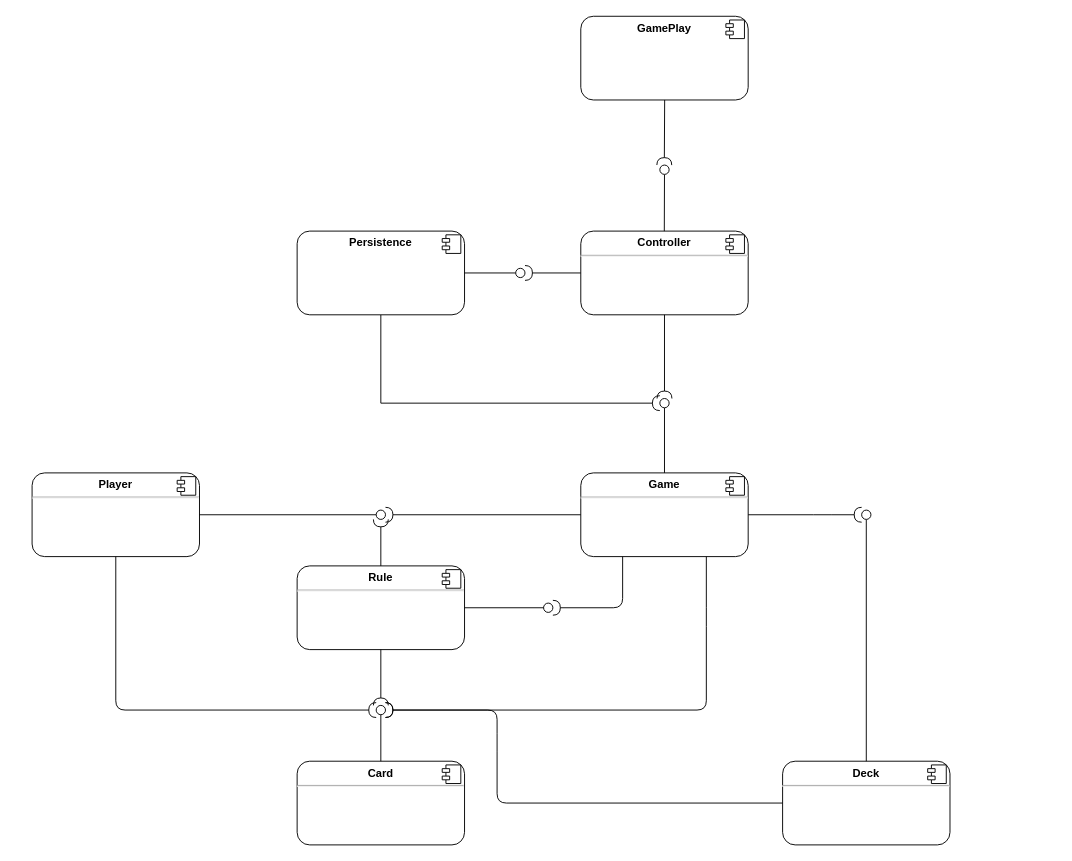
Above: docs/componentdiagram.drawio in RiFrost/mau-mau (draw.io), before the change. Source tidied: cells renumbered, new cells numbered last; positions are measured from the earlier drawing's top-left corner, leaving out a move shared by most shapes. Both pictures are drawn from the tidied source at 93%, with x=0, y=0 at pixel (32, 16).
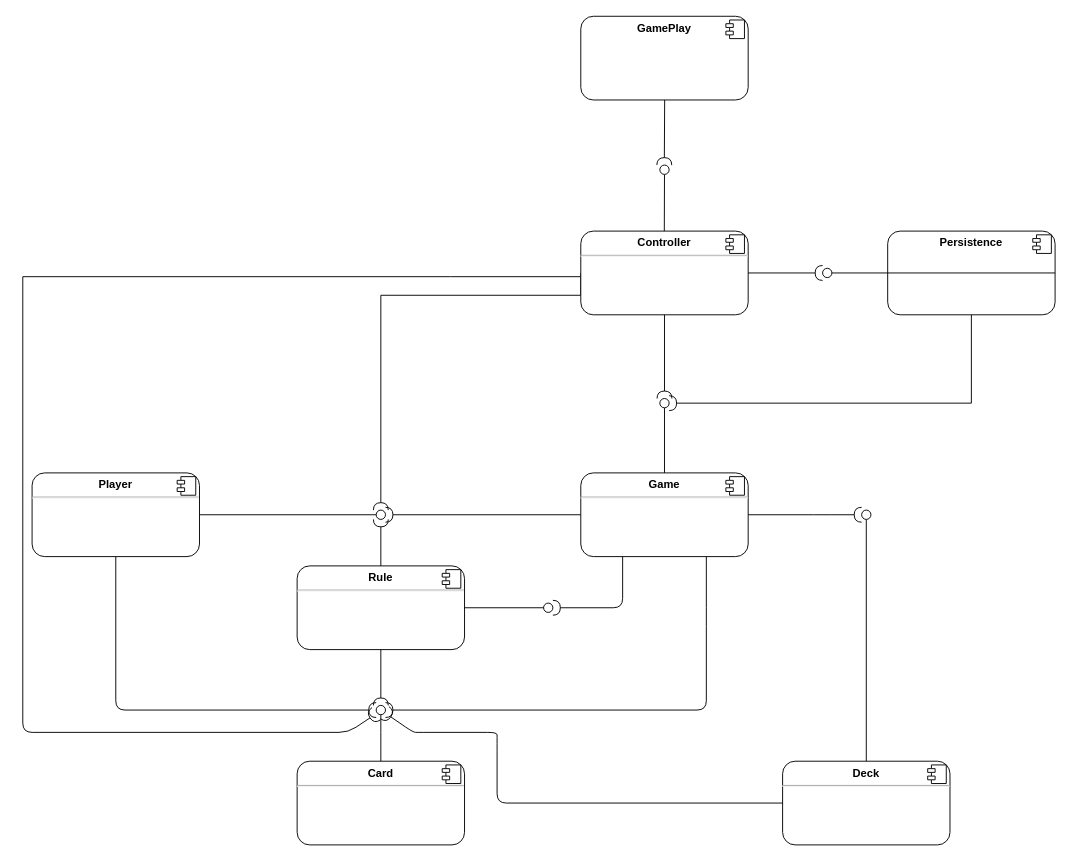
The same diagram, later.

Commit message (it also covers changes not shown here):
MH: update component diagram

Unchanged cells that the change refers to:
```xml
<mxCell id="2" value="&lt;p style=&quot;margin:0px;margin-top:6px;text-align:center;&quot;&gt;&lt;b&gt;Player&lt;/b&gt;&lt;/p&gt;&lt;hr&gt;" style="align=left;overflow=fill;html=1;rounded=1;" parent="1" vertex="1">
  <mxGeometry y="491" width="180" height="90" as="geometry" />
</mxCell>
<mxCell id="8" value="&lt;p style=&quot;margin:0px;margin-top:6px;text-align:center;&quot;&gt;&lt;b&gt;Deck&lt;/b&gt;&lt;/p&gt;&lt;hr&gt;&lt;p style=&quot;margin:0px;margin-left:8px;&quot;&gt;&lt;br&gt;&lt;br&gt;&lt;/p&gt;" style="align=left;overflow=fill;html=1;rounded=1;" parent="1" vertex="1">
  <mxGeometry x="807" y="801" width="180" height="90" as="geometry" />
</mxCell>
<mxCell id="10" value="&lt;p style=&quot;margin:0px;margin-top:6px;text-align:center;&quot;&gt;&lt;b&gt;Card&lt;/b&gt;&lt;/p&gt;&lt;hr&gt;&lt;p style=&quot;margin:0px;margin-left:8px;&quot;&gt;&lt;br&gt;&lt;br&gt;&lt;/p&gt;" style="align=left;overflow=fill;html=1;rounded=1;" parent="1" vertex="1">
  <mxGeometry x="285" y="801" width="180" height="90" as="geometry" />
</mxCell>
<mxCell id="12" value="&lt;p style=&quot;margin: 0px ; margin-top: 6px ; text-align: center&quot;&gt;&lt;b&gt;Controller&lt;/b&gt;&lt;/p&gt;&lt;hr&gt;&lt;p style=&quot;margin: 0px ; margin-left: 8px&quot;&gt;&lt;br&gt;&lt;br&gt;&lt;/p&gt;" style="align=left;overflow=fill;html=1;rounded=1;gradientColor=none;glass=0;shadow=0;sketch=0;" parent="1" vertex="1">
  <mxGeometry x="590" y="231" width="180" height="90" as="geometry" />
</mxCell>
<mxCell id="16" style="ellipse;whiteSpace=wrap;html=1;align=center;points=[];outlineConnect=0;rounded=1;" parent="1" vertex="1">
  <mxGeometry x="370" y="741" width="10" height="10" as="geometry" />
</mxCell>
<mxCell id="19" style="ellipse;whiteSpace=wrap;html=1;align=center;points=[];outlineConnect=0;rounded=1;" parent="1" vertex="1">
  <mxGeometry x="370" y="531" width="10" height="10" as="geometry" />
</mxCell>
<mxCell id="25" style="ellipse;whiteSpace=wrap;html=1;align=center;points=[];outlineConnect=0;rounded=1;" parent="1" vertex="1">
  <mxGeometry x="675" y="411" width="10" height="10" as="geometry" />
</mxCell>
```

Diff of the diagram source:
```diff
@@
+    <mxCell id="45" style="edgeStyle=orthogonalEdgeStyle;rounded=0;jettySize=auto;html=1;exitX=0;exitY=0.5;exitDx=0;exitDy=0;endArrow=halfCircle;endFill=0;" parent="1" edge="1" source="12" target="19">
+      <mxGeometry relative="1" as="geometry">
+        <Array as="points">
+          <mxPoint x="590" y="300" />
+          <mxPoint x="375" y="300" />
+        </Array>
+      </mxGeometry>
+    </mxCell>
+    <mxCell id="46" style="edgeStyle=orthogonalEdgeStyle;rounded=0;jettySize=auto;html=1;endArrow=none;endFill=0;" parent="1" edge="1" source="12">
+      <mxGeometry relative="1" as="geometry">
+        <mxPoint x="-10" y="280" as="targetPoint" />
+        <Array as="points">
+          <mxPoint x="450" y="280" />
+          <mxPoint x="450" y="280" />
+        </Array>
+      </mxGeometry>
+    </mxCell>
@@
     <mxCell id="14" style="rounded=1;jettySize=auto;html=1;endArrow=none;endFill=0;sourcePerimeterSpacing=0;targetPerimeterSpacing=0;exitX=0.5;exitY=0;exitDx=0;exitDy=0;" parent="1" edge="1" source="10" target="16">
-      <mxGeometry relative="1" as="geometry" />
+      <mxGeometry relative="1" as="geometry">
+        <Array as="points">
+          <mxPoint x="375" y="780" />
+        </Array>
+      </mxGeometry>
     </mxCell>
     <mxCell id="15" style="rounded=1;jettySize=auto;html=1;endArrow=halfCircle;endFill=0;endSize=6;strokeWidth=1;exitX=0;exitY=0.5;exitDx=0;exitDy=0;" parent="1" edge="1" source="8" target="16">
       <mxGeometry relative="1" as="geometry">
         <Array as="points">
           <mxPoint x="500" y="846" />
           <mxPoint x="500" y="781" />
-          <mxPoint x="500" y="746" />
+          <mxPoint x="500" y="770" />
+          <mxPoint x="420" y="770" />
+          <mxPoint x="410" y="770" />
         </Array>
       </mxGeometry>
     </mxCell>
@@
-    <mxCell id="28" style="rounded=1;jettySize=auto;html=1;endArrow=halfCircle;endFill=0;endSize=6;strokeWidth=1;exitX=0.5;exitY=1;exitDx=0;exitDy=0;" parent="1" edge="1" source="2" target="16">
+    <mxCell id="28" style="rounded=1;jettySize=auto;html=1;endArrow=halfCircle;endFill=0;endSize=6;strokeWidth=1;exitX=0.5;exitY=1;exitDx=0;exitDy=0;" parent="1" edge="1" source="2">
       <mxGeometry relative="1" as="geometry">
+        <mxPoint x="370" y="746" as="targetPoint" />
         <Array as="points">
           <mxPoint x="90" y="746" />
         </Array>
       </mxGeometry>
     </mxCell>
@@
     <mxCell id="39" style="edgeStyle=orthogonalEdgeStyle;rounded=0;jettySize=auto;html=1;exitX=0.5;exitY=1;exitDx=0;exitDy=0;endArrow=halfCircle;endFill=0;" parent="1" edge="1" source="40" target="25">
       <mxGeometry relative="1" as="geometry">
         <Array as="points">
-          <mxPoint x="375" y="416" />
+          <mxPoint x="1010" y="416" />
         </Array>
       </mxGeometry>
     </mxCell>
     <mxCell id="40" value="&lt;p style=&quot;margin: 0px ; margin-top: 6px ; text-align: center&quot;&gt;&lt;b&gt;Persistence&lt;/b&gt;&lt;/p&gt;" style="align=left;overflow=fill;html=1;rounded=1;gradientColor=none;glass=0;shadow=0;sketch=0;" parent="1" vertex="1">
-      <mxGeometry x="285" y="231" width="180" height="90" as="geometry" />
+      <mxGeometry x="920" y="231" width="180" height="90" as="geometry" />
     </mxCell>
@@
     <mxCell id="43" style="ellipse;whiteSpace=wrap;html=1;align=center;points=[];outlineConnect=0;rounded=1;" parent="1" vertex="1">
-      <mxGeometry x="520" y="271" width="10" height="10" as="geometry" />
+      <mxGeometry x="850" y="271" width="10" height="10" as="geometry" />
     </mxCell>
-    <mxCell id="44" style="rounded=1;jettySize=auto;html=1;endArrow=halfCircle;endFill=0;endSize=6;strokeWidth=1;exitX=0;exitY=0.5;exitDx=0;exitDy=0;" parent="1" edge="1" source="12" target="43">
-      <mxGeometry relative="1" as="geometry" />
+    <mxCell id="44" style="rounded=1;jettySize=auto;html=1;endArrow=halfCircle;endFill=0;endSize=6;strokeWidth=1;" parent="1" edge="1" target="43">
+      <mxGeometry relative="1" as="geometry">
+        <mxPoint x="770" y="276" as="sourcePoint" />
+      </mxGeometry>
     </mxCell>
+    <mxCell id="47" style="rounded=1;jettySize=auto;html=1;endArrow=halfCircle;endFill=0;endSize=6;strokeWidth=1;entryX=0;entryY=0.9;entryDx=0;entryDy=0;entryPerimeter=0;" parent="1" edge="1" target="16">
+      <mxGeometry relative="1" as="geometry">
+        <mxPoint x="-10" y="280" as="sourcePoint" />
+        <Array as="points">
+          <mxPoint x="-10" y="770" />
+          <mxPoint x="340" y="770" />
+        </Array>
+      </mxGeometry>
+    </mxCell>
```
